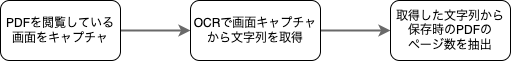
web-shiori/thesis keeps this draw.io diagram as img/040_design/design-pdf-page-num-extract.png. Above is the earlier version. Source tidied: cells renumbered, new cells last; positions are measured from the earlier drawing's top-left corner, leaving out a move shared by most shapes. Its diagram source:
```xml
<mxGraphModel>
  <root>
    <mxCell id="0" />
    <mxCell id="1" parent="0" />
    <mxCell id="2" style="edgeStyle=orthogonalEdgeStyle;rounded=0;jettySize=auto;html=1;strokeColor=#696969;strokeWidth=2;" parent="1" edge="1" source="3" target="5">
      <mxGeometry relative="1" as="geometry" />
    </mxCell>
    <mxCell id="3" value="PDFを閲覧している画面をキャプチャ" style="rounded=1;whiteSpace=wrap;html=1;" parent="1" vertex="1">
      <mxGeometry width="120" height="60" as="geometry" />
    </mxCell>
    <mxCell id="4" style="edgeStyle=orthogonalEdgeStyle;rounded=0;jettySize=auto;html=1;entryX=0;entryY=0.5;entryDx=0;entryDy=0;strokeColor=#696969;strokeWidth=2;" parent="1" edge="1" source="5" target="6">
      <mxGeometry relative="1" as="geometry" />
    </mxCell>
    <mxCell id="5" value="OCRで画面キャプチャ&lt;br&gt;から文字列を取得" style="rounded=1;whiteSpace=wrap;html=1;" parent="1" vertex="1">
      <mxGeometry x="190" width="130" height="60" as="geometry" />
    </mxCell>
    <mxCell id="6" value="取得した文字列から&lt;br&gt;保存時のPDFの&lt;br&gt;ページ数を抽出" style="rounded=1;whiteSpace=wrap;html=1;" parent="1" vertex="1">
      <mxGeometry x="390" width="120" height="60" as="geometry" />
    </mxCell>
  </root>
</mxGraphModel>
```
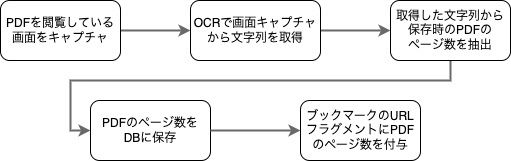
After the change.

Commit message:
design: サーバの設計を修正

Diff of the diagram source:
```diff
@@ -14,8 +14,26 @@
     <mxCell id="5" value="OCRで画面キャプチャ&lt;br&gt;から文字列を取得" style="rounded=1;whiteSpace=wrap;html=1;" parent="1" vertex="1">
       <mxGeometry x="190" width="130" height="60" as="geometry" />
     </mxCell>
+    <mxCell id="7" style="edgeStyle=orthogonalEdgeStyle;rounded=0;jettySize=auto;html=1;entryX=0;entryY=0.5;entryDx=0;entryDy=0;strokeWidth=2;strokeColor=#696969;" parent="1" edge="1" source="6" target="8">
+      <mxGeometry relative="1" as="geometry">
+        <Array as="points">
+          <mxPoint x="450" y="80" />
+          <mxPoint x="70" y="80" />
+          <mxPoint x="70" y="130" />
+        </Array>
+      </mxGeometry>
+    </mxCell>
     <mxCell id="6" value="取得した文字列から&lt;br&gt;保存時のPDFの&lt;br&gt;ページ数を抽出" style="rounded=1;whiteSpace=wrap;html=1;" parent="1" vertex="1">
       <mxGeometry x="390" width="120" height="60" as="geometry" />
     </mxCell>
+    <mxCell id="8" value="PDFのページ数を&lt;br&gt;DBに保存" style="rounded=1;whiteSpace=wrap;html=1;" parent="1" vertex="1">
+      <mxGeometry x="90" y="100" width="120" height="60" as="geometry" />
+    </mxCell>
+    <mxCell id="9" value="ブックマークのURLフラグメントにPDFのページ数を付与" style="rounded=1;whiteSpace=wrap;html=1;" parent="1" vertex="1">
+      <mxGeometry x="300" y="100" width="120" height="60" as="geometry" />
+    </mxCell>
+    <mxCell id="10" style="edgeStyle=orthogonalEdgeStyle;rounded=0;jettySize=auto;html=1;strokeColor=#696969;strokeWidth=2;entryX=0;entryY=0.5;entryDx=0;entryDy=0;" parent="1" edge="1" source="8" target="9">
+      <mxGeometry relative="1" as="geometry" />
+    </mxCell>
   </root>
 </mxGraphModel>
```
